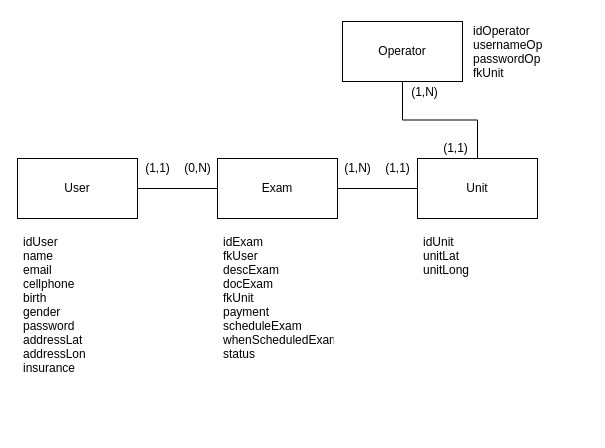
Above: database/openclinic-db.drawio in felipe-dias-azevedo/open-clinic (draw.io), before the change. Source tidied: cells renumbered, new cells numbered last; positions are measured from the earlier drawing's top-left corner, leaving out a move shared by most shapes. Both pictures are drawn from the tidied source at 100%, with x=0, y=0 at pixel (17, 17).
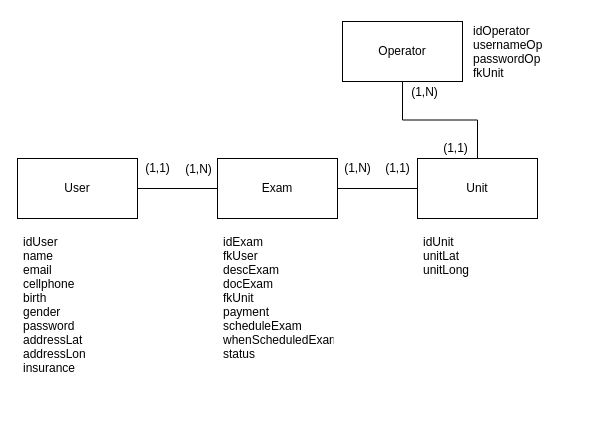
The same page after the edit.

Diff of the diagram source:
```diff
@@
 <mxGraphModel>
   <root>
     <mxCell id="0" />
     <mxCell id="1" parent="0" />
     <mxCell id="2" style="edgeStyle=orthogonalEdgeStyle;rounded=0;jettySize=auto;html=1;entryX=0;entryY=0.5;entryDx=0;entryDy=0;startArrow=none;startFill=0;endArrow=none;endFill=0;" parent="1" edge="1" source="3" target="5">
       <mxGeometry relative="1" as="geometry" />
     </mxCell>
     <mxCell id="3" value="User" style="rounded=0;whiteSpace=wrap;html=1;" parent="1" vertex="1">
       <mxGeometry y="141" width="120" height="60" as="geometry" />
     </mxCell>
     <mxCell id="4" style="edgeStyle=orthogonalEdgeStyle;rounded=0;jettySize=auto;html=1;entryX=0;entryY=0.5;entryDx=0;entryDy=0;startArrow=none;startFill=0;endArrow=none;endFill=0;" parent="1" edge="1" source="5" target="6">
       <mxGeometry relative="1" as="geometry" />
     </mxCell>
     <mxCell id="5" value="Exam" style="rounded=0;whiteSpace=wrap;html=1;" parent="1" vertex="1">
       <mxGeometry x="200" y="141" width="120" height="60" as="geometry" />
     </mxCell>
     <mxCell id="6" value="Unit" style="rounded=0;whiteSpace=wrap;html=1;" parent="1" vertex="1">
       <mxGeometry x="400" y="141" width="120" height="60" as="geometry" />
     </mxCell>
     <mxCell id="7" value="idUser&#10;name&#10;email&#10;cellphone&#10;birth&#10;gender&#10;password&#10;addressLat&#10;addressLon&#10;insurance" style="text;strokeColor=none;fillColor=none;align=left;verticalAlign=top;spacingLeft=4;spacingRight=4;overflow=hidden;" parent="1" vertex="1">
       <mxGeometry y="211" width="120" height="200" as="geometry" />
     </mxCell>
     <mxCell id="8" value="idExam&#10;fkUser&#10;descExam&#10;docExam&#10;fkUnit&#10;payment&#10;scheduleExam&#10;whenScheduledExam&#10;status" style="text;strokeColor=none;fillColor=none;align=left;verticalAlign=top;spacingLeft=4;spacingRight=4;overflow=hidden;" parent="1" vertex="1">
       <mxGeometry x="200" y="211" width="120" height="146" as="geometry" />
     </mxCell>
     <mxCell id="9" value="idUnit&#10;unitLat&#10;unitLong" style="text;strokeColor=none;fillColor=none;align=left;verticalAlign=top;spacingLeft=4;spacingRight=4;overflow=hidden;" parent="1" vertex="1">
       <mxGeometry x="400" y="211" width="120" height="90" as="geometry" />
     </mxCell>
     <mxCell id="10" value="(1,1)" style="text;html=1;align=center;verticalAlign=middle;" parent="1" vertex="1">
       <mxGeometry x="120" y="141" width="40" height="20" as="geometry" />
     </mxCell>
-    <mxCell id="11" value="(0,N)" style="text;html=1;align=center;verticalAlign=middle;" parent="1" vertex="1">
-      <mxGeometry x="160" y="141" width="40" height="20" as="geometry" />
+    <mxCell id="11" value="(1,N)" style="text;html=1;align=center;verticalAlign=middle;" parent="1" vertex="1">
+      <mxGeometry x="162" y="143" width="37" height="17" as="geometry" />
     </mxCell>
     <mxCell id="12" value="(1,N)" style="text;html=1;align=center;verticalAlign=middle;" parent="1" vertex="1">
       <mxGeometry x="320" y="141" width="40" height="20" as="geometry" />
     </mxCell>
     <mxCell id="13" value="(1,1)" style="text;html=1;align=center;verticalAlign=middle;" parent="1" vertex="1">
       <mxGeometry x="360" y="141" width="40" height="20" as="geometry" />
     </mxCell>
     <mxCell id="14" value="Operator" style="rounded=0;whiteSpace=wrap;html=1;" parent="1" vertex="1">
       <mxGeometry x="325" y="4" width="120" height="60" as="geometry" />
     </mxCell>
     <mxCell id="15" style="edgeStyle=orthogonalEdgeStyle;rounded=0;jettySize=auto;html=1;entryX=0.5;entryY=0;entryDx=0;entryDy=0;startArrow=none;startFill=0;endArrow=none;endFill=0;exitX=0.5;exitY=1;exitDx=0;exitDy=0;" parent="1" edge="1" source="14" target="6">
       <mxGeometry relative="1" as="geometry" />
     </mxCell>
     <mxCell id="16" value="(1,1)" style="text;html=1;align=center;verticalAlign=middle;" parent="1" vertex="1">
       <mxGeometry x="418" y="121" width="40" height="20" as="geometry" />
     </mxCell>
     <mxCell id="17" value="(1,N)" style="text;html=1;align=center;verticalAlign=middle;" parent="1" vertex="1">
       <mxGeometry x="388" y="66" width="37" height="17" as="geometry" />
     </mxCell>
     <mxCell id="18" value="idOperator&#10;usernameOp&#10;passwordOp&#10;fkUnit" style="text;strokeColor=none;fillColor=none;align=left;verticalAlign=top;spacingLeft=4;spacingRight=4;overflow=hidden;" parent="1" vertex="1">
       <mxGeometry x="450" width="120" height="90" as="geometry" />
     </mxCell>
   </root>
 </mxGraphModel>
```
